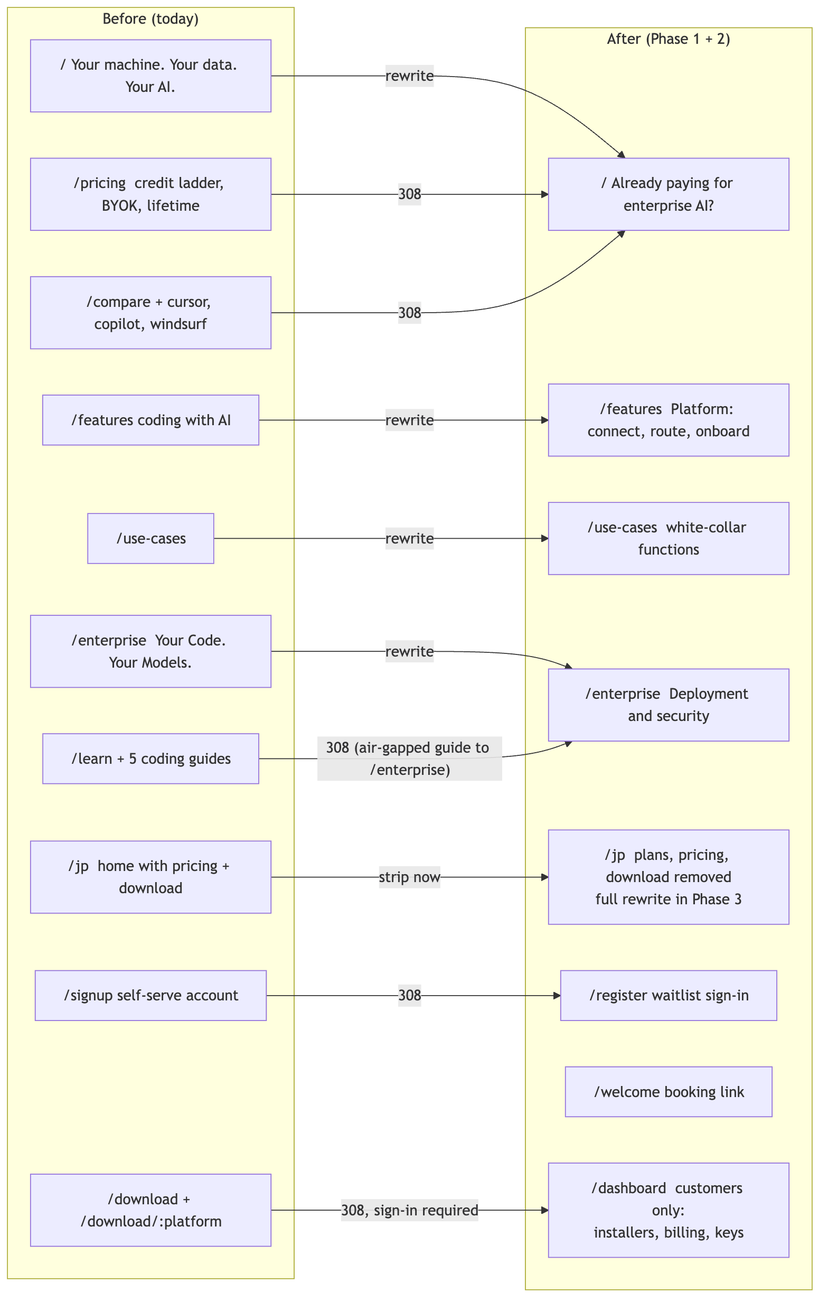
farpointhq/codewithfabric-plans keeps this Mermaid diagram as docs/plans/enterprise-sitemap.png. Above is the earlier version. Its source is kept beside it as docs/plans/enterprise-sitemap.mmd.
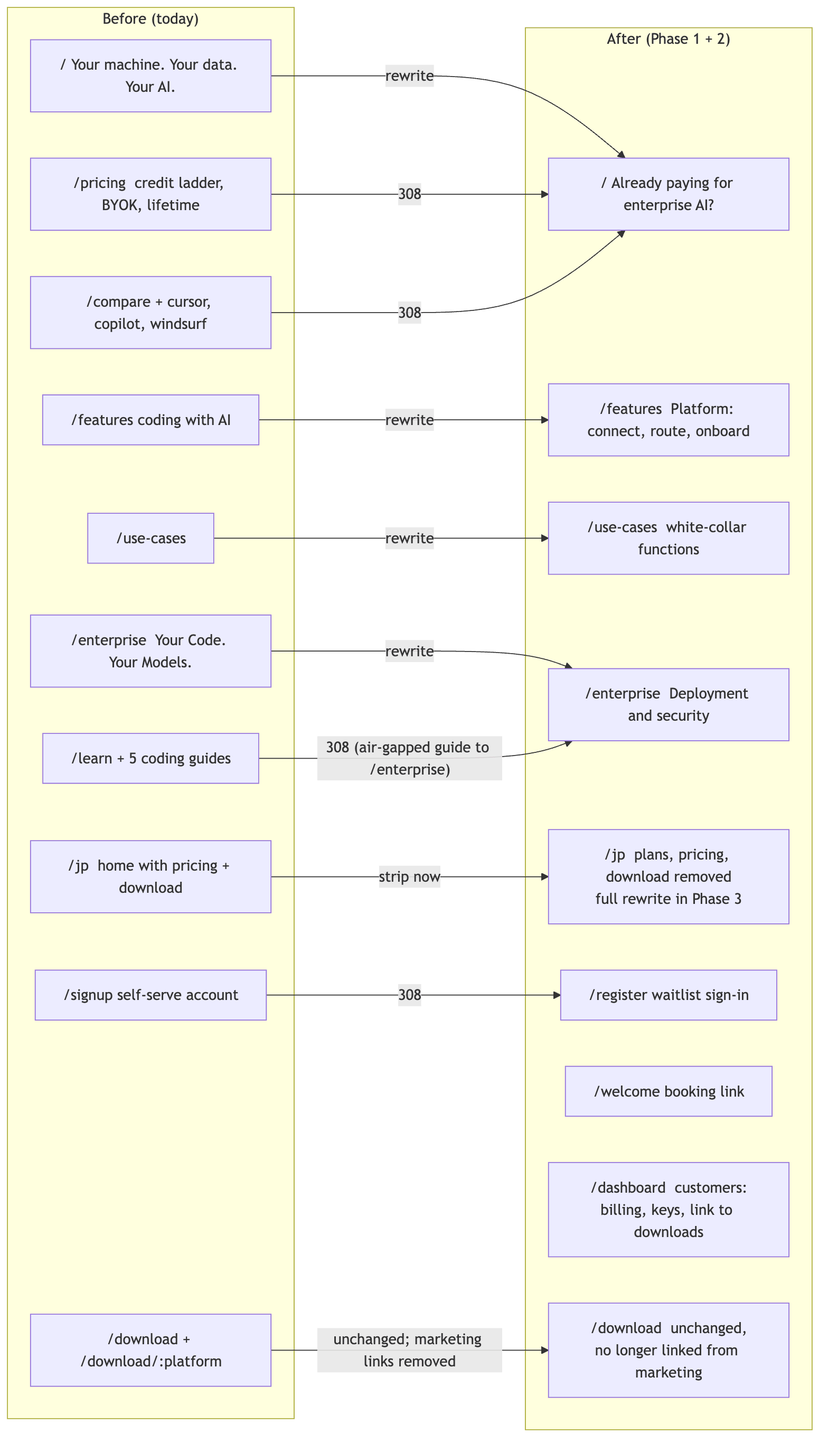
After the commit.

Commit message:
plan: enterprise repositioning, keep iOS IAP and narrow download scope

Change to the diagram source:
```diff
@@ -21,7 +21,8 @@
         a9["/jp  plans, pricing, download removed<br/>full rewrite in Phase 3"]
         a10["/register  waitlist sign-in"]
         a11["/welcome  booking link"]
-        a12["/dashboard  customers only:<br/>installers, billing, keys"]
+        a12["/dashboard  customers:<br/>billing, keys, link to downloads"]
+        a13["/download  unchanged,<br/>no longer linked from marketing"]
     end
     b1 -->|rewrite| a1
     b6 -->|rewrite| a6
@@ -32,4 +33,4 @@
     b2 -->|308| a1
     b4 -->|308| a1
     b5 -->|"308 (air-gapped guide to /enterprise)"| a8
-    b3 -->|"308, sign-in required"| a12
+    b3 -->|"unchanged; marketing links removed"| a13
```
